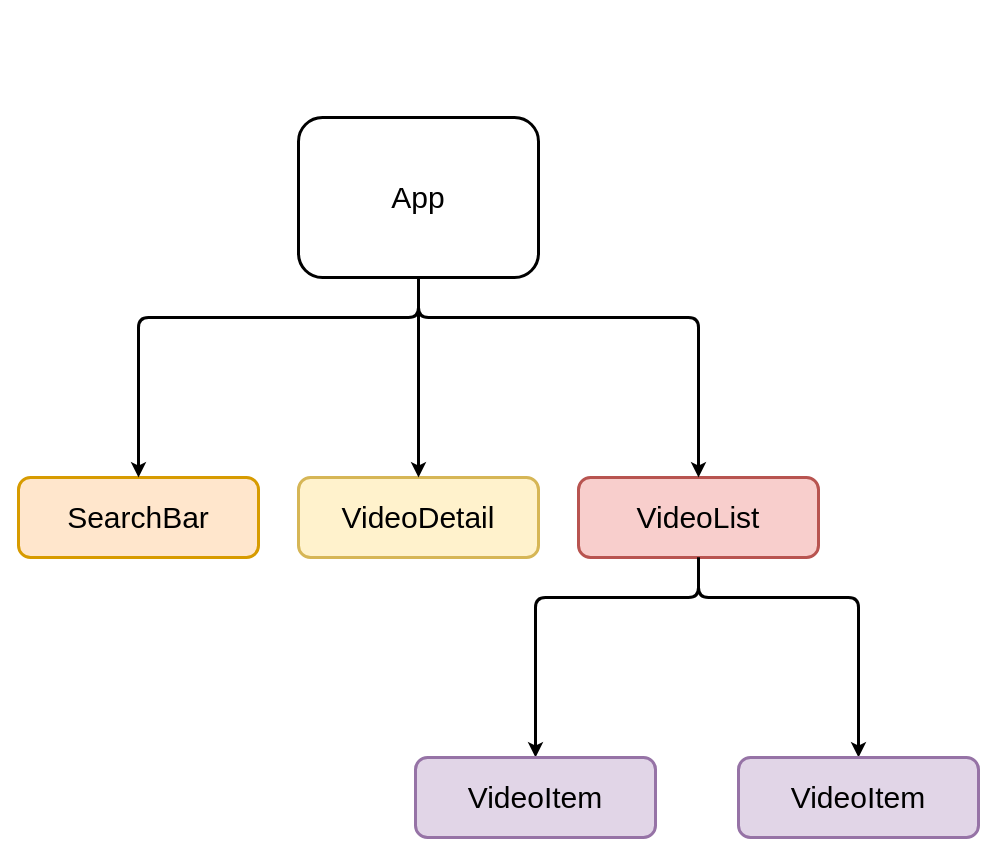
jeesewu/Diagrams-Storage keeps this draw.io diagram as page "Components" (3 of 4) of Projects/Videos.drawio. Above is the earlier version. Source tidied: cells renumbered, new cells numbered last; positions are measured from the earlier drawing's top-left corner, leaving out a move shared by most shapes. Both pictures are drawn from the tidied source at 100%, with x=0, y=0 at pixel (18, 117).
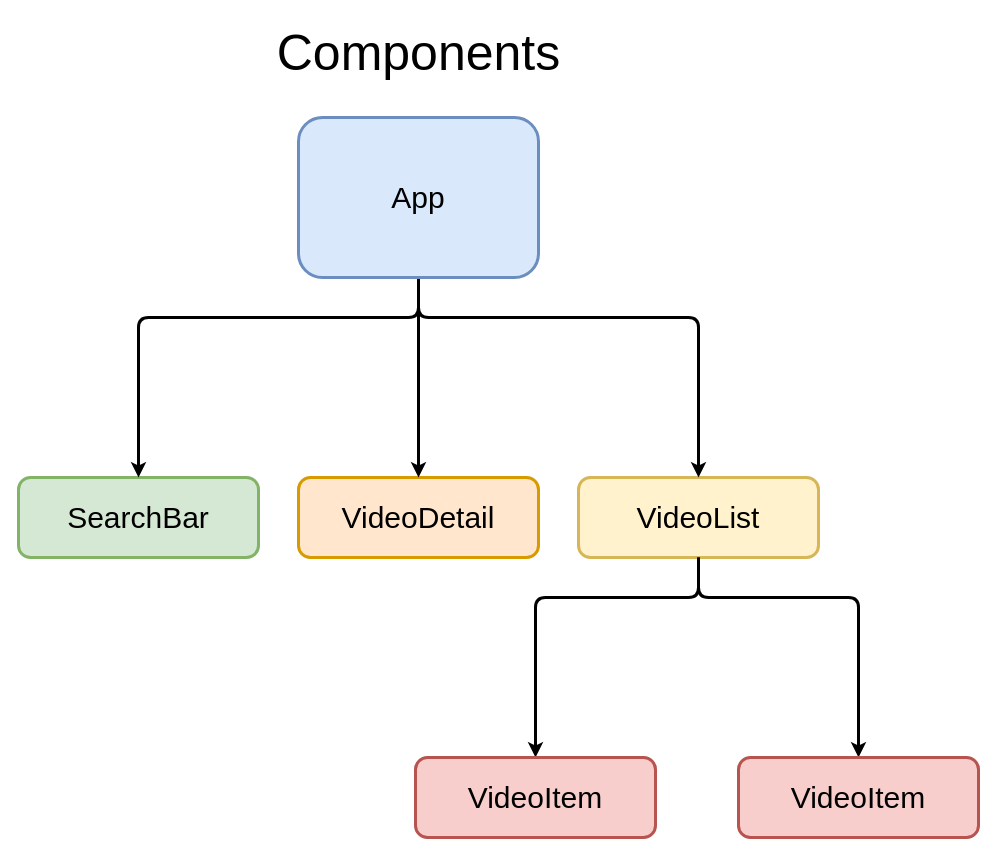
The same diagram, later.

Change to the diagram source:
```diff
@@
-    <mxCell id="2" style="group;strokeWidth=3;verticalAlign=middle;" parent="1" vertex="1">
-      <mxGeometry x="280" width="240" height="160" as="geometry" />
-    </mxCell>
-    <mxCell id="3" value="&lt;font style=&quot;font-size: 30px&quot;&gt;App&lt;/font&gt;" style="rounded=1;whiteSpace=wrap;html=1;verticalAlign=middle;strokeWidth=3;" parent="2" vertex="1">
-      <mxGeometry width="240" height="160" as="geometry" />
-    </mxCell>
-    <mxCell id="4" value="&lt;font style=&quot;font-size: 30px&quot;&gt;SearchBar&lt;/font&gt;" style="rounded=1;whiteSpace=wrap;html=1;verticalAlign=middle;fillColor=#ffe6cc;strokeColor=#d79b00;strokeWidth=3;" parent="1" vertex="1">
+    <mxCell id="4" value="&lt;font style=&quot;font-size: 30px&quot;&gt;SearchBar&lt;/font&gt;" style="rounded=1;whiteSpace=wrap;html=1;verticalAlign=middle;fillColor=#d5e8d4;strokeColor=#82b366;strokeWidth=3;" parent="1" vertex="1">
       <mxGeometry y="360" width="240" height="80" as="geometry" />
     </mxCell>
-    <mxCell id="5" value="&lt;font style=&quot;font-size: 30px&quot;&gt;VideoDetail&lt;/font&gt;" style="rounded=1;whiteSpace=wrap;html=1;verticalAlign=middle;fillColor=#fff2cc;strokeColor=#d6b656;strokeWidth=3;" parent="1" vertex="1">
+    <mxCell id="5" value="&lt;font style=&quot;font-size: 30px&quot;&gt;VideoDetail&lt;/font&gt;" style="rounded=1;whiteSpace=wrap;html=1;verticalAlign=middle;fillColor=#ffe6cc;strokeColor=#d79b00;strokeWidth=3;" parent="1" vertex="1">
       <mxGeometry x="280" y="360" width="240" height="80" as="geometry" />
     </mxCell>
-    <mxCell id="6" value="&lt;span style=&quot;font-size: 30px&quot;&gt;VideoList&lt;/span&gt;" style="rounded=1;whiteSpace=wrap;html=1;verticalAlign=middle;fillColor=#f8cecc;strokeColor=#b85450;strokeWidth=3;" parent="1" vertex="1">
+    <mxCell id="6" value="&lt;span style=&quot;font-size: 30px&quot;&gt;VideoList&lt;/span&gt;" style="rounded=1;whiteSpace=wrap;html=1;verticalAlign=middle;fillColor=#fff2cc;strokeColor=#d6b656;strokeWidth=3;" parent="1" vertex="1">
       <mxGeometry x="560" y="360" width="240" height="80" as="geometry" />
     </mxCell>
@@
-    <mxCell id="11" value="&lt;span style=&quot;font-size: 30px&quot;&gt;VideoItem&lt;/span&gt;" style="rounded=1;whiteSpace=wrap;html=1;verticalAlign=middle;fillColor=#e1d5e7;strokeColor=#9673a6;strokeWidth=3;" parent="1" vertex="1">
+    <mxCell id="11" value="&lt;span style=&quot;font-size: 30px&quot;&gt;VideoItem&lt;/span&gt;" style="rounded=1;whiteSpace=wrap;html=1;verticalAlign=middle;fillColor=#f8cecc;strokeColor=#b85450;strokeWidth=3;" parent="1" vertex="1">
       <mxGeometry x="720" y="640" width="240" height="80" as="geometry" />
     </mxCell>
@@
-    <mxCell id="13" value="&lt;span style=&quot;font-size: 30px&quot;&gt;VideoItem&lt;/span&gt;" style="rounded=1;whiteSpace=wrap;html=1;verticalAlign=middle;fillColor=#e1d5e7;strokeColor=#9673a6;strokeWidth=3;" parent="1" vertex="1">
+    <mxCell id="13" value="&lt;span style=&quot;font-size: 30px&quot;&gt;VideoItem&lt;/span&gt;" style="rounded=1;whiteSpace=wrap;html=1;verticalAlign=middle;fillColor=#f8cecc;strokeColor=#b85450;strokeWidth=3;" parent="1" vertex="1">
       <mxGeometry x="397" y="640" width="240" height="80" as="geometry" />
     </mxCell>
+    <mxCell id="3" value="&lt;font style=&quot;font-size: 30px&quot;&gt;App&lt;/font&gt;" style="rounded=1;whiteSpace=wrap;html=1;verticalAlign=middle;strokeWidth=3;fillColor=#dae8fc;strokeColor=#6c8ebf;" parent="1" vertex="1">
+      <mxGeometry x="280" width="240" height="160" as="geometry" />
+    </mxCell>
+    <mxCell id="14" value="&lt;font style=&quot;font-size: 50px;&quot;&gt;Components&lt;/font&gt;" style="text;html=1;align=center;verticalAlign=middle;strokeColor=none;fontSize=50;" parent="1" vertex="1">
+      <mxGeometry x="250" y="-100" width="300" height="70" as="geometry" />
+    </mxCell>
```
